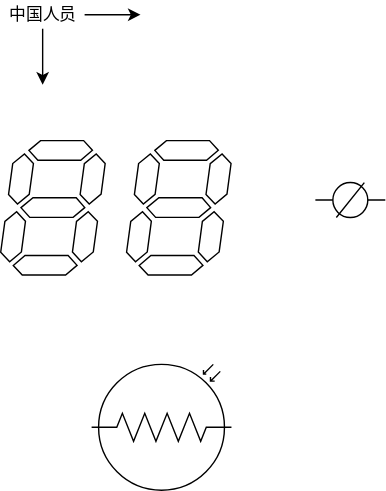
lsss1111/Diagram01 keeps this draw.io diagram as lss/Diagram.drawio002.svg. Above is the earlier version. Source tidied: cells renumbered, new cells last; positions are measured from the earlier drawing's top-left corner, leaving out a move shared by most shapes. Its diagram source:
```xml
<mxGraphModel>
  <root>
    <mxCell id="0" />
    <mxCell id="1" parent="0" />
    <mxCell id="2" style="verticalLabelPosition=bottom;shadow=0;dashed=0;align=center;html=1;verticalAlign=top;shape=mxgraph.electrical.opto_electronics.7_segment_display;" parent="1" vertex="1">
      <mxGeometry x="90" y="100" width="74.7" height="96.1" as="geometry" />
    </mxCell>
    <mxCell id="3" style="verticalLabelPosition=bottom;shadow=0;dashed=0;align=center;html=1;verticalAlign=top;shape=mxgraph.electrical.opto_electronics.7_segment_display;" parent="1" vertex="1">
      <mxGeometry y="100" width="74.7" height="96.1" as="geometry" />
    </mxCell>
    <mxCell id="4" style="verticalLabelPosition=bottom;shadow=0;dashed=0;align=center;html=1;verticalAlign=top;shape=mxgraph.electrical.plc_ladder.not_output_2;" parent="1" vertex="1">
      <mxGeometry x="225" y="130" width="50" height="25" as="geometry" />
    </mxCell>
    <mxCell id="5" style="verticalLabelPosition=bottom;shadow=0;dashed=0;align=center;html=1;verticalAlign=top;shape=mxgraph.electrical.opto_electronics.photo_resistor_3;" parent="1" vertex="1">
      <mxGeometry x="65" y="260" width="100" height="90" as="geometry" />
    </mxCell>
    <mxCell id="6" style="edgeStyle=orthogonalEdgeStyle;rounded=0;jettySize=auto;html=1;" parent="1" edge="1" source="8">
      <mxGeometry relative="1" as="geometry">
        <mxPoint x="100" y="10" as="targetPoint" />
      </mxGeometry>
    </mxCell>
    <mxCell id="7" style="edgeStyle=orthogonalEdgeStyle;rounded=0;jettySize=auto;html=1;" parent="1" edge="1" source="8">
      <mxGeometry relative="1" as="geometry">
        <mxPoint x="30" y="60" as="targetPoint" />
      </mxGeometry>
    </mxCell>
    <mxCell id="8" value="中国人员" style="text;html=1;align=center;verticalAlign=middle;points=[];fillColor=none;strokeColor=none;rounded=0;" parent="1" vertex="1">
      <mxGeometry width="60" height="20" as="geometry" />
    </mxCell>
  </root>
</mxGraphModel>
```
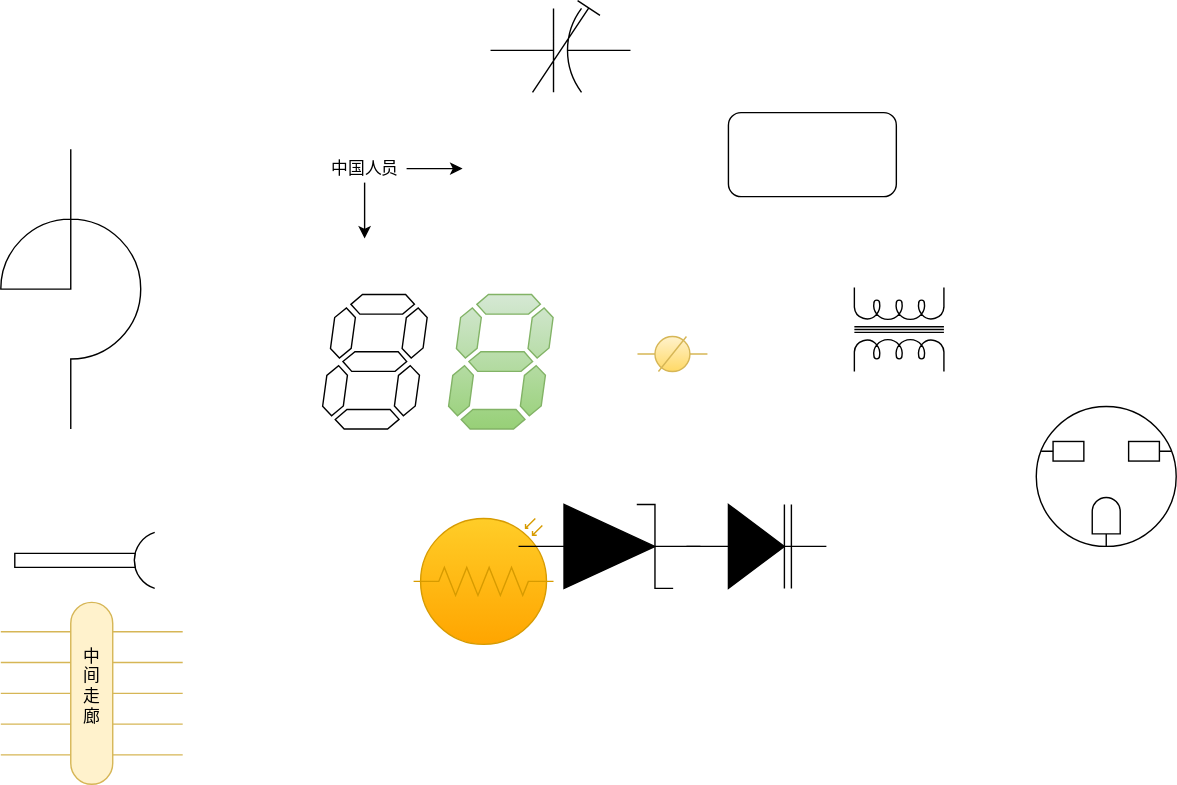
The same file after the commit.

Diff of the diagram source:
```diff
@@ -2,16 +2,16 @@
   <root>
     <mxCell id="0" />
     <mxCell id="1" parent="0" />
-    <mxCell id="2" style="verticalLabelPosition=bottom;shadow=0;dashed=0;align=center;html=1;verticalAlign=top;shape=mxgraph.electrical.opto_electronics.7_segment_display;" parent="1" vertex="1">
+    <mxCell id="2" style="verticalLabelPosition=bottom;shadow=0;dashed=0;align=center;html=1;verticalAlign=top;shape=mxgraph.electrical.opto_electronics.7_segment_display;fillColor=#d5e8d4;gradientColor=#97d077;strokeColor=#82b366;" parent="1" vertex="1">
       <mxGeometry x="90" y="100" width="74.7" height="96.1" as="geometry" />
     </mxCell>
-    <mxCell id="3" style="verticalLabelPosition=bottom;shadow=0;dashed=0;align=center;html=1;verticalAlign=top;shape=mxgraph.electrical.opto_electronics.7_segment_display;" parent="1" vertex="1">
+    <mxCell id="3" style="verticalLabelPosition=bottom;shadow=0;dashed=0;align=center;html=1;verticalAlign=top;shape=mxgraph.electrical.opto_electronics.7_segment_display;comic=0;jiggle=1;" parent="1" vertex="1">
       <mxGeometry y="100" width="74.7" height="96.1" as="geometry" />
     </mxCell>
-    <mxCell id="4" style="verticalLabelPosition=bottom;shadow=0;dashed=0;align=center;html=1;verticalAlign=top;shape=mxgraph.electrical.plc_ladder.not_output_2;" parent="1" vertex="1">
+    <mxCell id="4" style="verticalLabelPosition=bottom;shadow=0;dashed=0;align=center;html=1;verticalAlign=top;shape=mxgraph.electrical.plc_ladder.not_output_2;fillColor=#fff2cc;gradientColor=#ffd966;strokeColor=#d6b656;" parent="1" vertex="1">
       <mxGeometry x="225" y="130" width="50" height="25" as="geometry" />
     </mxCell>
-    <mxCell id="5" style="verticalLabelPosition=bottom;shadow=0;dashed=0;align=center;html=1;verticalAlign=top;shape=mxgraph.electrical.opto_electronics.photo_resistor_3;" parent="1" vertex="1">
+    <mxCell id="5" style="verticalLabelPosition=bottom;shadow=0;dashed=0;align=center;html=1;verticalAlign=top;shape=mxgraph.electrical.opto_electronics.photo_resistor_3;fillColor=#ffcd28;gradientColor=#ffa500;strokeColor=#d79b00;comic=0;" parent="1" vertex="1">
       <mxGeometry x="65" y="260" width="100" height="90" as="geometry" />
     </mxCell>
     <mxCell id="6" style="edgeStyle=orthogonalEdgeStyle;rounded=0;jettySize=auto;html=1;" parent="1" edge="1" source="8">
@@ -27,5 +27,35 @@
     <mxCell id="8" value="中国人员" style="text;html=1;align=center;verticalAlign=middle;points=[];fillColor=none;strokeColor=none;rounded=0;" parent="1" vertex="1">
       <mxGeometry width="60" height="20" as="geometry" />
     </mxCell>
+    <mxCell id="9" style="rounded=1;whiteSpace=wrap;html=1;comic=0;jiggle=1;" parent="1" vertex="1">
+      <mxGeometry x="290" y="-30" width="120" height="60" as="geometry" />
+    </mxCell>
+    <mxCell id="10" style="verticalLabelPosition=bottom;shadow=0;dashed=0;align=center;html=1;verticalAlign=top;shape=mxgraph.electrical.capacitors.trimmer_capacitor_2;comic=0;jiggle=1;" parent="1" vertex="1">
+      <mxGeometry x="120" y="-110" width="100" height="65.5" as="geometry" />
+    </mxCell>
+    <mxCell id="11" style="verticalLabelPosition=bottom;shadow=0;dashed=0;align=center;html=1;verticalAlign=top;shape=mxgraph.electrical.inductors.transformer_2;comic=0;jiggle=1;" parent="1" vertex="1">
+      <mxGeometry x="380" y="95" width="64" height="60" as="geometry" />
+    </mxCell>
+    <mxCell id="12" style="verticalLabelPosition=bottom;shadow=0;dashed=0;align=center;html=1;verticalAlign=top;shape=mxgraph.electrical.inductors.choke;comic=0;jiggle=1;" parent="1" vertex="1">
+      <mxGeometry x="-230" y="-3.9" width="100" height="200" as="geometry" />
+    </mxCell>
+    <mxCell id="13" style="fillColor=strokeColor;verticalLabelPosition=bottom;shadow=0;dashed=0;align=center;html=1;verticalAlign=top;shape=mxgraph.electrical.diodes.varactor_-_varicap;comic=0;jiggle=1;" parent="1" vertex="1">
+      <mxGeometry x="260" y="250" width="100" height="60" as="geometry" />
+    </mxCell>
+    <mxCell id="14" style="fillColor=strokeColor;verticalLabelPosition=bottom;shadow=0;dashed=0;align=center;html=1;verticalAlign=top;shape=mxgraph.electrical.diodes.zener_diode_1;comic=0;jiggle=1;" parent="1" vertex="1">
+      <mxGeometry x="140" y="250" width="130" height="60" as="geometry" />
+    </mxCell>
+    <mxCell id="15" style="verticalLabelPosition=bottom;shadow=0;dashed=0;align=center;html=1;verticalAlign=top;shape=mxgraph.electrical.miscellaneous.adapter;comic=0;jiggle=1;" parent="1" vertex="1">
+      <mxGeometry x="-220" y="270" width="100" height="40" as="geometry" />
+    </mxCell>
+    <mxCell id="16" style="verticalLabelPosition=bottom;shadow=0;dashed=0;align=center;html=1;verticalAlign=top;shape=mxgraph.electrical.miscellaneous.f_m_3_conductor_3;comic=0;jiggle=1;" parent="1" vertex="1">
+      <mxGeometry x="510" y="180" width="100" height="100" as="geometry" />
+    </mxCell>
+    <mxCell id="17" style="verticalLabelPosition=bottom;shadow=0;dashed=0;align=center;html=1;verticalAlign=top;shape=mxgraph.electrical.transmission.cable_group;comic=0;jiggle=1;fillColor=#fff2cc;strokeColor=#d6b656;" parent="1" vertex="1">
+      <mxGeometry x="-230" y="320" width="130" height="130" as="geometry" />
+    </mxCell>
+    <mxCell id="18" value="中&lt;br&gt;间&lt;br&gt;走&lt;br&gt;廊" style="text;html=1;align=center;verticalAlign=middle;fillColor=none;strokeColor=none;rounded=0;comic=0;jiggle=1;" parent="1" vertex="1">
+      <mxGeometry x="-180" y="350" width="30" height="60" as="geometry" />
+    </mxCell>
   </root>
 </mxGraphModel>
```
